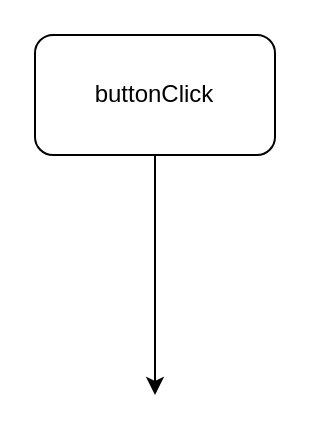
The draw.io diagram statking_proceess.drawio in John-hack321/betyetu_frontend, before the edit. Source tidied: cells renumbered, new cells numbered last; positions are measured from the earlier drawing's top-left corner, leaving out a move shared by most shapes. Both pictures are drawn from the tidied source at 200%, with x=0, y=0 at pixel (34, 34).
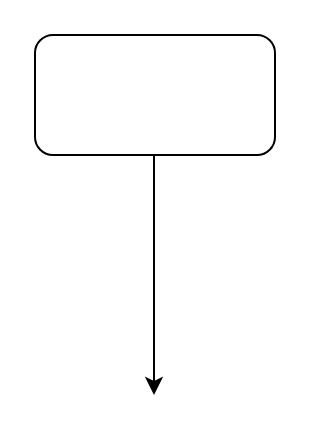
The same diagram, later.

The edit, as a diff of the source:
```diff
@@
 <mxGraphModel>
   <root>
     <mxCell id="0" />
     <mxCell id="1" parent="0" />
     <mxCell id="2" style="rounded=1;whiteSpace=wrap;html=1;" parent="1" vertex="1">
       <mxGeometry width="120" height="60" as="geometry" />
     </mxCell>
     <mxCell id="3" style="edgeStyle=none;html=1;" parent="1" edge="1">
       <mxGeometry relative="1" as="geometry">
-        <mxPoint x="60" y="60" as="sourcePoint" />
-        <mxPoint x="60" y="180" as="targetPoint" />
+        <mxPoint x="59.5" y="60" as="sourcePoint" />
+        <mxPoint x="59.5" y="180" as="targetPoint" />
       </mxGeometry>
     </mxCell>
-    <mxCell id="4" value="buttonClick" style="text;strokeColor=none;align=center;fillColor=none;html=1;verticalAlign=middle;whiteSpace=wrap;rounded=0;" parent="1" vertex="1">
-      <mxGeometry x="30" y="15" width="60" height="30" as="geometry" />
-    </mxCell>
   </root>
 </mxGraphModel>
```
